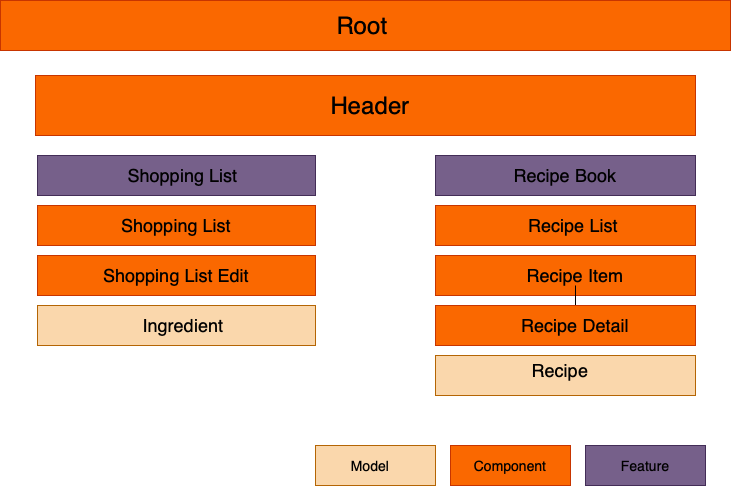
Earlier version of the draw.io export Untitled Diagram.png (CodeHere21/my-recipes-app). Source tidied: cells renumbered, new cells last; positions are measured from the earlier drawing's top-left corner, leaving out a move shared by most shapes.
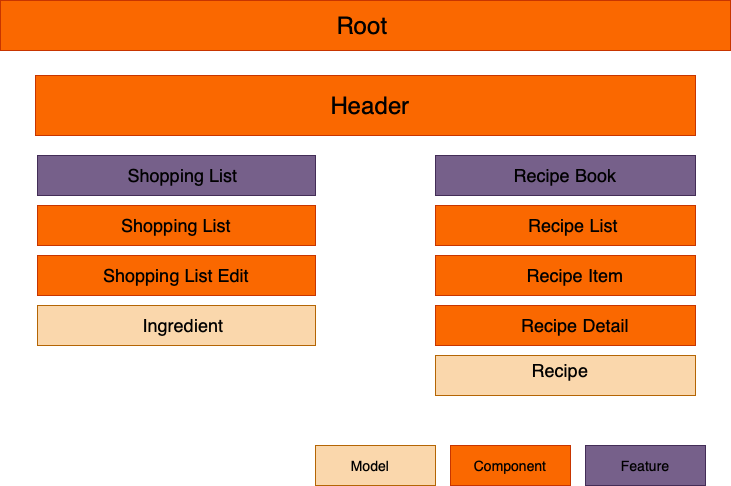
The same file after the commit.

Diff of the diagram source:
```diff
@@ -47,9 +47,6 @@
     <mxCell id="16" style="rounded=0;whiteSpace=wrap;html=1;fillColor=#fa6800;strokeColor=#C73500;fontColor=#000000;" parent="1" vertex="1">
       <mxGeometry x="435" y="255" width="260" height="40" as="geometry" />
     </mxCell>
-    <mxCell id="17" style="edgeStyle=orthogonalEdgeStyle;rounded=0;jettySize=auto;html=1;" parent="1" edge="1" source="18" target="20">
-      <mxGeometry relative="1" as="geometry" />
-    </mxCell>
     <mxCell id="18" value="&lt;font style=&quot;font-size: 18px&quot;&gt;Recipe Item&lt;/font&gt;" style="text;html=1;strokeColor=none;fillColor=none;align=center;verticalAlign=middle;whiteSpace=wrap;rounded=0;" parent="1" vertex="1">
       <mxGeometry x="495" y="265" width="160" height="20" as="geometry" />
     </mxCell>
```
